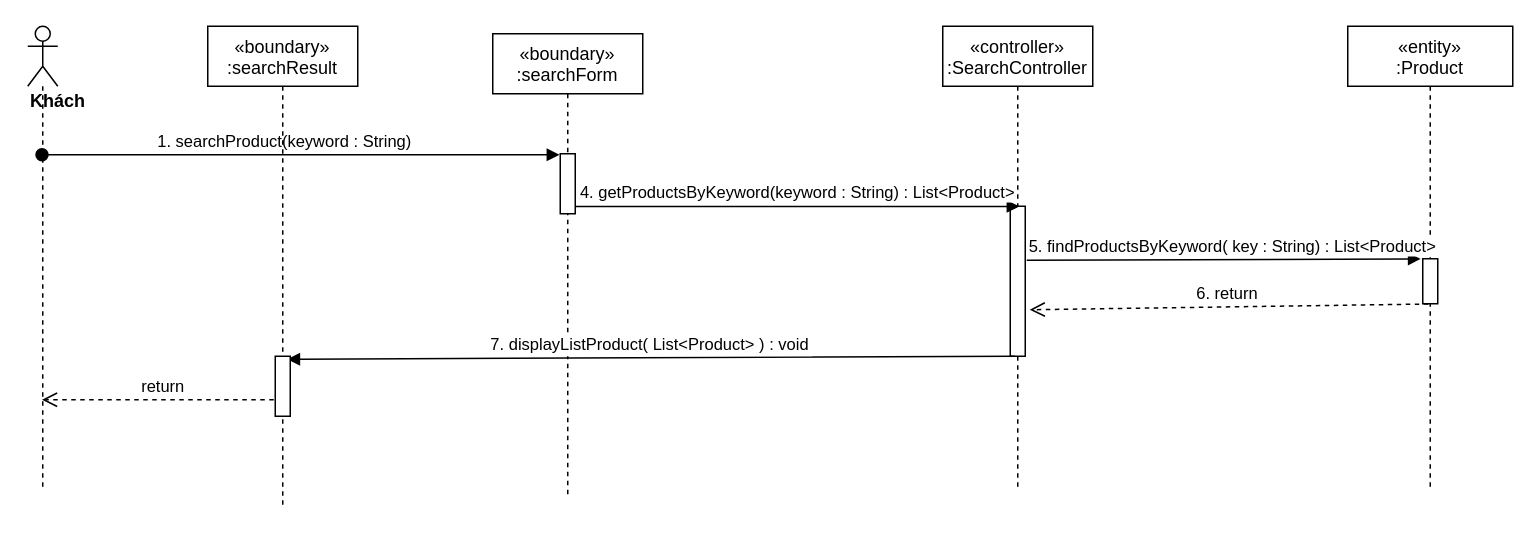
Above: sequence diagram/search-product-sequence.drawio in nguyenphamvan/datn_20202 (draw.io), before the change. Source tidied: cells renumbered, new cells numbered last; positions are measured from the earlier drawing's top-left corner, leaving out a move shared by most shapes. Both pictures are drawn from the tidied source at 150%, with x=0, y=0 at pixel (27, 26).
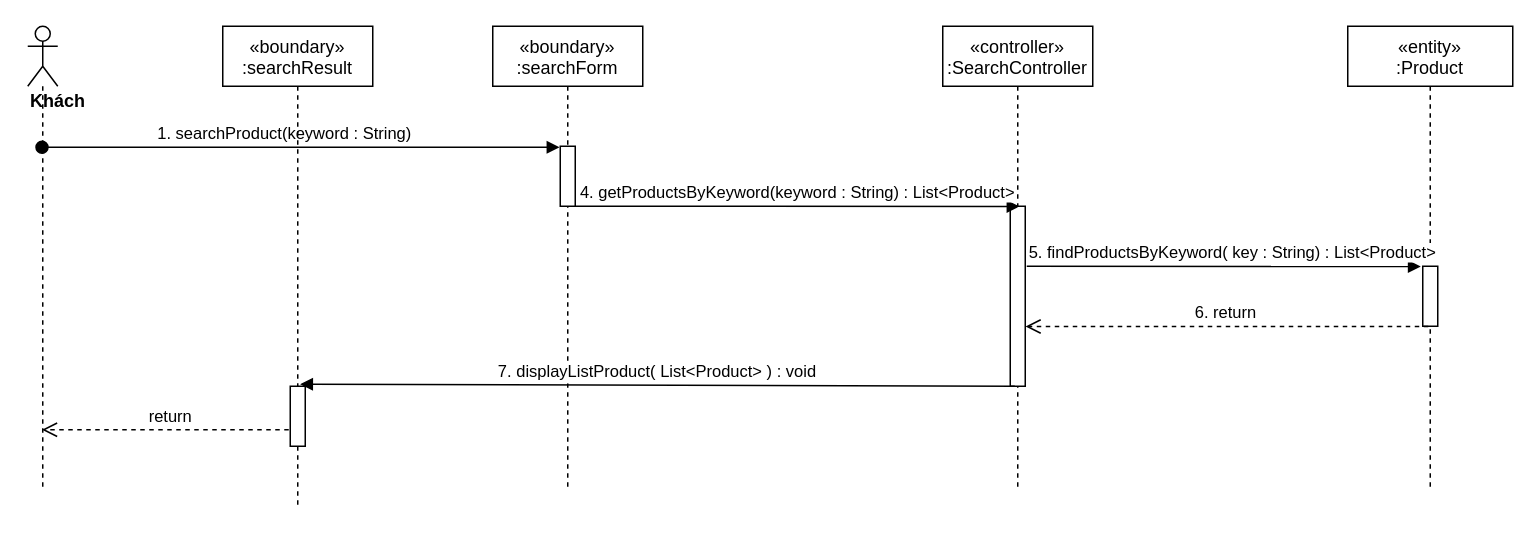
The same page after the edit.

Diff of the diagram source:
```diff
@@
 <mxGraphModel>
   <root>
     <mxCell id="0" />
     <mxCell id="1" parent="0" />
     <mxCell id="2" value="«boundary»&#10;:searchForm" style="shape=umlLifeline;perimeter=lifelinePerimeter;rounded=0;shadow=0;strokeWidth=1;" parent="1" vertex="1">
-      <mxGeometry x="310" y="5" width="100" height="310" as="geometry" />
+      <mxGeometry x="310" width="100" height="310" as="geometry" />
     </mxCell>
     <mxCell id="3" style="points=[];perimeter=orthogonalPerimeter;rounded=0;shadow=0;strokeWidth=1;" parent="2" vertex="1">
       <mxGeometry x="45" y="80" width="10" height="40" as="geometry" />
     </mxCell>
     <mxCell id="4" value="«controller»&#10;:SearchController" style="shape=umlLifeline;perimeter=lifelinePerimeter;rounded=0;shadow=0;strokeWidth=1;" parent="1" vertex="1">
       <mxGeometry x="610" width="100" height="310" as="geometry" />
     </mxCell>
     <mxCell id="5" style="points=[];perimeter=orthogonalPerimeter;rounded=0;shadow=0;strokeWidth=1;" parent="4" vertex="1">
-      <mxGeometry x="45" y="120" width="10" height="100" as="geometry" />
+      <mxGeometry x="45" y="120" width="10" height="120" as="geometry" />
     </mxCell>
     <mxCell id="6" value="&lt;div&gt;&lt;b&gt;Khách&lt;/b&gt;&lt;/div&gt;" style="shape=umlLifeline;participant=umlActor;perimeter=lifelinePerimeter;whiteSpace=wrap;html=1;verticalAlign=top;spacingTop=36;outlineConnect=0;align=left;" parent="1" vertex="1">
       <mxGeometry width="20" height="310" as="geometry" />
     </mxCell>
     <mxCell id="7" value="1. searchProduct(keyword : String)" style="verticalAlign=bottom;startArrow=oval;endArrow=block;startSize=8;shadow=0;strokeWidth=1;entryX=-0.05;entryY=0.018;entryDx=0;entryDy=0;entryPerimeter=0;" parent="1" edge="1" source="6" target="3">
       <mxGeometry x="-0.06" relative="1" as="geometry" />
     </mxCell>
     <mxCell id="8" value="4. getProductsByKeyword(keyword : String) : List&amp;lt;Product&amp;gt;" style="html=1;verticalAlign=bottom;endArrow=block;entryX=0.617;entryY=0.001;entryDx=0;entryDy=0;entryPerimeter=0;" parent="1" edge="1" source="3" target="5">
       <mxGeometry relative="1" as="geometry" />
     </mxCell>
     <mxCell id="9" value="«entity»&#10;:Product" style="shape=umlLifeline;perimeter=lifelinePerimeter;rounded=0;shadow=0;strokeWidth=1;" parent="1" vertex="1">
       <mxGeometry x="880" width="110" height="310" as="geometry" />
     </mxCell>
     <mxCell id="10" style="points=[];perimeter=orthogonalPerimeter;rounded=0;shadow=0;strokeWidth=1;" parent="9" vertex="1">
-      <mxGeometry x="50" y="155" width="10" height="30" as="geometry" />
+      <mxGeometry x="50" y="160" width="10" height="40" as="geometry" />
     </mxCell>
-    <mxCell id="11" value="5. findProductsByKeyword( key : String) : List&amp;lt;Product&amp;gt;" style="html=1;verticalAlign=bottom;endArrow=block;entryX=-0.133;entryY=0.004;entryDx=0;entryDy=0;entryPerimeter=0;exitX=1.1;exitY=0.36;exitDx=0;exitDy=0;exitPerimeter=0;" parent="1" edge="1" source="5" target="10">
-      <mxGeometry x="0.04" relative="1" as="geometry" />
+    <mxCell id="11" value="5. findProductsByKeyword( key : String) : List&amp;lt;Product&amp;gt;" style="html=1;verticalAlign=bottom;endArrow=block;entryX=-0.133;entryY=0.004;entryDx=0;entryDy=0;entryPerimeter=0;" parent="1" edge="1" target="10">
+      <mxGeometry x="0.04" relative="1" as="geometry">
+        <mxPoint x="666" y="160" as="sourcePoint" />
+      </mxGeometry>
     </mxCell>
-    <mxCell id="12" value="6. return&amp;nbsp;" style="html=1;verticalAlign=bottom;endArrow=open;dashed=1;endSize=8;exitX=0.367;exitY=1.006;exitDx=0;exitDy=0;exitPerimeter=0;entryX=1.3;entryY=0.69;entryDx=0;entryDy=0;entryPerimeter=0;" parent="1" edge="1" source="10" target="5">
+    <mxCell id="12" value="6. return&amp;nbsp;" style="html=1;verticalAlign=bottom;endArrow=open;dashed=1;endSize=8;exitX=0.367;exitY=1.006;exitDx=0;exitDy=0;exitPerimeter=0;entryX=1.02;entryY=0.668;entryDx=0;entryDy=0;entryPerimeter=0;" parent="1" edge="1" source="10" target="5">
       <mxGeometry relative="1" as="geometry" />
     </mxCell>
-    <mxCell id="13" value="7. displayListProduct( List&lt;Product&gt; ) : void" style="verticalAlign=bottom;endArrow=block;shadow=0;strokeWidth=1;exitX=0.3;exitY=1;exitDx=0;exitDy=0;exitPerimeter=0;entryX=0.8;entryY=0.05;entryDx=0;entryDy=0;entryPerimeter=0;" parent="1" edge="1" source="5" target="16">
+    <mxCell id="13" value="7. displayListProduct( List&lt;Product&gt; ) : void" style="verticalAlign=bottom;endArrow=block;shadow=0;strokeWidth=1;exitX=0.3;exitY=1;exitDx=0;exitDy=0;exitPerimeter=0;entryX=0.66;entryY=-0.035;entryDx=0;entryDy=0;entryPerimeter=0;" parent="1" edge="1" source="5" target="16">
       <mxGeometry relative="1" as="geometry" />
     </mxCell>
     <mxCell id="14" value="«boundary»&#10;:searchResult" style="shape=umlLifeline;perimeter=lifelinePerimeter;rounded=0;shadow=0;strokeWidth=1;" parent="1" vertex="1">
-      <mxGeometry x="120" width="100" height="320" as="geometry" />
+      <mxGeometry x="130" width="100" height="320" as="geometry" />
     </mxCell>
     <mxCell id="15" value="return" style="html=1;verticalAlign=bottom;endArrow=open;dashed=1;endSize=8;exitX=0.5;exitY=0.725;exitDx=0;exitDy=0;exitPerimeter=0;" parent="1" edge="1" source="16" target="6">
       <mxGeometry relative="1" as="geometry" />
     </mxCell>
     <mxCell id="16" style="html=1;points=[];perimeter=orthogonalPerimeter;" parent="1" vertex="1">
-      <mxGeometry x="165" y="220" width="10" height="40" as="geometry" />
+      <mxGeometry x="175" y="240" width="10" height="40" as="geometry" />
     </mxCell>
   </root>
 </mxGraphModel>
```
